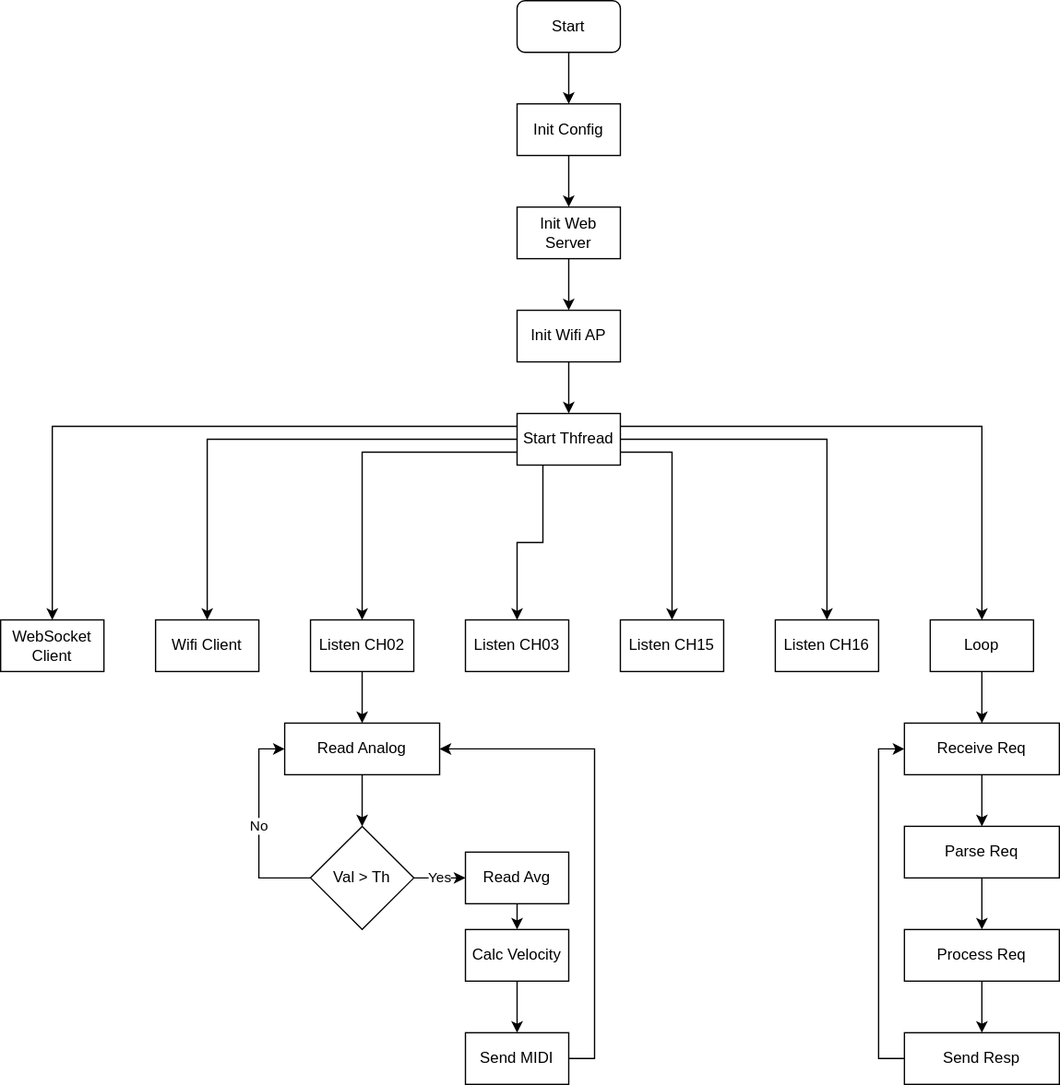
Before: ESP32Drum.drawio.svg, a diagram exported from draw.io (kamshory/ESP32DrumPad). Source tidied: cells renumbered, new cells last; positions are measured from the earlier drawing's top-left corner, leaving out a move shared by most shapes.
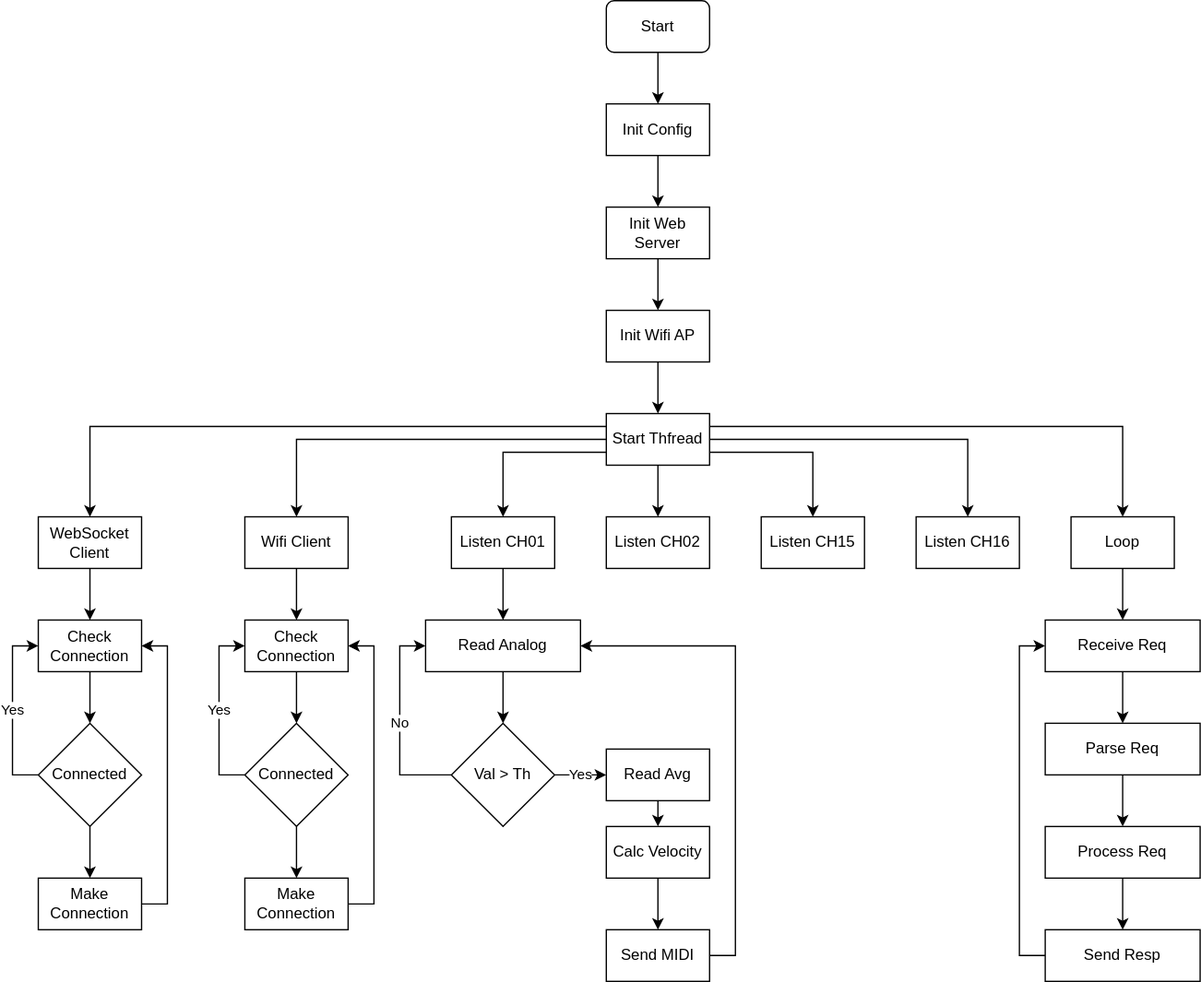
After the commit.

What changed in the source:
```diff
@@ -5,6 +5,6 @@
     <mxCell id="2" value="Start" style="rounded=1;whiteSpace=wrap;html=1;" parent="1" vertex="1">
-      <mxGeometry x="400" width="80" height="40" as="geometry" />
+      <mxGeometry x="360" width="80" height="40" as="geometry" />
     </mxCell>
     <mxCell id="3" value="Init Config" style="rounded=0;whiteSpace=wrap;html=1;" parent="1" vertex="1">
-      <mxGeometry x="400" y="80" width="80" height="40" as="geometry" />
+      <mxGeometry x="360" y="80" width="80" height="40" as="geometry" />
     </mxCell>
@@ -13,21 +13,21 @@
     </mxCell>
-    <mxCell id="5" style="edgeStyle=orthogonalEdgeStyle;rounded=0;jettySize=auto;html=1;exitX=0;exitY=0.25;exitDx=0;exitDy=0;" parent="1" edge="1" source="12" target="13">
+    <mxCell id="5" style="edgeStyle=orthogonalEdgeStyle;rounded=0;jettySize=auto;html=1;exitX=0;exitY=0.25;exitDx=0;exitDy=0;" parent="1" edge="1" source="12" target="14">
       <mxGeometry relative="1" as="geometry" />
     </mxCell>
-    <mxCell id="6" style="edgeStyle=orthogonalEdgeStyle;rounded=0;jettySize=auto;html=1;exitX=0;exitY=0.5;exitDx=0;exitDy=0;entryX=0.5;entryY=0;entryDx=0;entryDy=0;" parent="1" edge="1" source="12" target="14">
+    <mxCell id="6" style="edgeStyle=orthogonalEdgeStyle;rounded=0;jettySize=auto;html=1;exitX=0;exitY=0.5;exitDx=0;exitDy=0;entryX=0.5;entryY=0;entryDx=0;entryDy=0;" parent="1" edge="1" source="12" target="16">
       <mxGeometry relative="1" as="geometry" />
     </mxCell>
-    <mxCell id="7" style="edgeStyle=orthogonalEdgeStyle;rounded=0;jettySize=auto;html=1;exitX=0;exitY=0.75;exitDx=0;exitDy=0;entryX=0.5;entryY=0;entryDx=0;entryDy=0;" parent="1" edge="1" source="12" target="21">
+    <mxCell id="7" style="edgeStyle=orthogonalEdgeStyle;rounded=0;jettySize=auto;html=1;exitX=0;exitY=0.75;exitDx=0;exitDy=0;entryX=0.5;entryY=0;entryDx=0;entryDy=0;" parent="1" edge="1" source="12" target="23">
       <mxGeometry relative="1" as="geometry" />
     </mxCell>
-    <mxCell id="8" style="edgeStyle=orthogonalEdgeStyle;rounded=0;jettySize=auto;html=1;exitX=1;exitY=0.25;exitDx=0;exitDy=0;entryX=0.5;entryY=0;entryDx=0;entryDy=0;" parent="1" edge="1" source="12" target="37">
+    <mxCell id="8" style="edgeStyle=orthogonalEdgeStyle;rounded=0;jettySize=auto;html=1;exitX=1;exitY=0.25;exitDx=0;exitDy=0;entryX=0.5;entryY=0;entryDx=0;entryDy=0;" parent="1" edge="1" source="12" target="39">
       <mxGeometry relative="1" as="geometry" />
     </mxCell>
-    <mxCell id="9" style="edgeStyle=orthogonalEdgeStyle;rounded=0;jettySize=auto;html=1;exitX=1;exitY=0.5;exitDx=0;exitDy=0;entryX=0.5;entryY=0;entryDx=0;entryDy=0;" parent="1" edge="1" source="12" target="24">
+    <mxCell id="9" style="edgeStyle=orthogonalEdgeStyle;rounded=0;jettySize=auto;html=1;exitX=1;exitY=0.5;exitDx=0;exitDy=0;entryX=0.5;entryY=0;entryDx=0;entryDy=0;" parent="1" edge="1" source="12" target="26">
       <mxGeometry relative="1" as="geometry" />
     </mxCell>
-    <mxCell id="10" style="edgeStyle=orthogonalEdgeStyle;rounded=0;jettySize=auto;html=1;exitX=1;exitY=0.75;exitDx=0;exitDy=0;entryX=0.5;entryY=0;entryDx=0;entryDy=0;" parent="1" edge="1" source="12" target="23">
+    <mxCell id="10" style="edgeStyle=orthogonalEdgeStyle;rounded=0;jettySize=auto;html=1;exitX=1;exitY=0.75;exitDx=0;exitDy=0;entryX=0.5;entryY=0;entryDx=0;entryDy=0;" parent="1" edge="1" source="12" target="25">
       <mxGeometry relative="1" as="geometry" />
     </mxCell>
-    <mxCell id="11" style="edgeStyle=orthogonalEdgeStyle;rounded=0;jettySize=auto;html=1;exitX=0.25;exitY=1;exitDx=0;exitDy=0;entryX=0.5;entryY=0;entryDx=0;entryDy=0;" parent="1" edge="1" source="12" target="22">
+    <mxCell id="11" style="edgeStyle=orthogonalEdgeStyle;rounded=0;jettySize=auto;html=1;exitX=0.5;exitY=1;exitDx=0;exitDy=0;entryX=0.5;entryY=0;entryDx=0;entryDy=0;" parent="1" edge="1" source="12" target="24">
       <mxGeometry relative="1" as="geometry" />
@@ -35,62 +35,62 @@
     <mxCell id="12" value="Start Thfread" style="rounded=0;whiteSpace=wrap;html=1;" parent="1" vertex="1">
-      <mxGeometry x="400" y="320" width="80" height="40" as="geometry" />
+      <mxGeometry x="360" y="320" width="80" height="40" as="geometry" />
     </mxCell>
-    <mxCell id="13" value="WebSocket Client" style="rounded=0;whiteSpace=wrap;html=1;" parent="1" vertex="1">
-      <mxGeometry y="480" width="80" height="40" as="geometry" />
+    <mxCell id="13" style="edgeStyle=orthogonalEdgeStyle;rounded=0;jettySize=auto;html=1;exitX=0.5;exitY=1;exitDx=0;exitDy=0;entryX=0.5;entryY=0;entryDx=0;entryDy=0;" parent="1" edge="1" source="14" target="54">
+      <mxGeometry relative="1" as="geometry" />
     </mxCell>
-    <mxCell id="14" value="Wifi Client" style="rounded=0;whiteSpace=wrap;html=1;" parent="1" vertex="1">
-      <mxGeometry x="120" y="480" width="80" height="40" as="geometry" />
+    <mxCell id="14" value="WebSocket Client" style="rounded=0;whiteSpace=wrap;html=1;" parent="1" vertex="1">
+      <mxGeometry x="-80" y="400" width="80" height="40" as="geometry" />
     </mxCell>
-    <mxCell id="15" style="edgeStyle=orthogonalEdgeStyle;rounded=0;jettySize=auto;html=1;exitX=0.5;exitY=1;exitDx=0;exitDy=0;entryX=0.5;entryY=0;entryDx=0;entryDy=0;" parent="1" edge="1" source="16" target="18">
+    <mxCell id="15" style="edgeStyle=orthogonalEdgeStyle;rounded=0;jettySize=auto;html=1;exitX=0.5;exitY=1;exitDx=0;exitDy=0;entryX=0.5;entryY=0;entryDx=0;entryDy=0;" parent="1" edge="1" source="16" target="61">
       <mxGeometry relative="1" as="geometry" />
     </mxCell>
-    <mxCell id="16" value="Init Web Server" style="rounded=0;whiteSpace=wrap;html=1;" parent="1" vertex="1">
-      <mxGeometry x="400" y="160" width="80" height="40" as="geometry" />
+    <mxCell id="16" value="Wifi Client" style="rounded=0;whiteSpace=wrap;html=1;" parent="1" vertex="1">
+      <mxGeometry x="80" y="400" width="80" height="40" as="geometry" />
     </mxCell>
-    <mxCell id="17" style="edgeStyle=orthogonalEdgeStyle;rounded=0;jettySize=auto;html=1;exitX=0.5;exitY=1;exitDx=0;exitDy=0;entryX=0.5;entryY=0;entryDx=0;entryDy=0;" parent="1" edge="1" source="18" target="12">
+    <mxCell id="17" style="edgeStyle=orthogonalEdgeStyle;rounded=0;jettySize=auto;html=1;exitX=0.5;exitY=1;exitDx=0;exitDy=0;entryX=0.5;entryY=0;entryDx=0;entryDy=0;" parent="1" edge="1" source="18" target="20">
       <mxGeometry relative="1" as="geometry" />
     </mxCell>
-    <mxCell id="18" value="Init Wifi AP" style="rounded=0;whiteSpace=wrap;html=1;" parent="1" vertex="1">
-      <mxGeometry x="400" y="240" width="80" height="40" as="geometry" />
+    <mxCell id="18" value="Init Web Server" style="rounded=0;whiteSpace=wrap;html=1;" parent="1" vertex="1">
+      <mxGeometry x="360" y="160" width="80" height="40" as="geometry" />
     </mxCell>
-    <mxCell id="19" style="endArrow=classic;html=1;rounded=0;exitX=0.5;exitY=1;exitDx=0;exitDy=0;" parent="1" edge="1" source="3">
-      <mxGeometry relative="1" as="geometry">
-        <mxPoint x="440" y="160" as="targetPoint" />
-      </mxGeometry>
+    <mxCell id="19" style="edgeStyle=orthogonalEdgeStyle;rounded=0;jettySize=auto;html=1;exitX=0.5;exitY=1;exitDx=0;exitDy=0;entryX=0.5;entryY=0;entryDx=0;entryDy=0;" parent="1" edge="1" source="20" target="12">
+      <mxGeometry relative="1" as="geometry" />
     </mxCell>
-    <mxCell id="20" style="edgeStyle=orthogonalEdgeStyle;rounded=0;jettySize=auto;html=1;exitX=0.5;exitY=1;exitDx=0;exitDy=0;entryX=0.5;entryY=0;entryDx=0;entryDy=0;" parent="1" edge="1" source="21" target="26">
-      <mxGeometry relative="1" as="geometry" />
+    <mxCell id="20" value="Init Wifi AP" style="rounded=0;whiteSpace=wrap;html=1;" parent="1" vertex="1">
+      <mxGeometry x="360" y="240" width="80" height="40" as="geometry" />
     </mxCell>
-    <mxCell id="21" value="Listen CH02" style="rounded=0;whiteSpace=wrap;html=1;" parent="1" vertex="1">
-      <mxGeometry x="240" y="480" width="80" height="40" as="geometry" />
+    <mxCell id="21" style="endArrow=classic;html=1;rounded=0;exitX=0.5;exitY=1;exitDx=0;exitDy=0;" parent="1" edge="1" source="3">
+      <mxGeometry relative="1" as="geometry">
+        <mxPoint x="400" y="160" as="targetPoint" />
+      </mxGeometry>
     </mxCell>
-    <mxCell id="22" value="Listen CH03" style="rounded=0;whiteSpace=wrap;html=1;" parent="1" vertex="1">
-      <mxGeometry x="360" y="480" width="80" height="40" as="geometry" />
+    <mxCell id="22" style="edgeStyle=orthogonalEdgeStyle;rounded=0;jettySize=auto;html=1;exitX=0.5;exitY=1;exitDx=0;exitDy=0;entryX=0.5;entryY=0;entryDx=0;entryDy=0;" parent="1" edge="1" source="23" target="28">
+      <mxGeometry relative="1" as="geometry" />
     </mxCell>
-    <mxCell id="23" value="Listen CH15" style="rounded=0;whiteSpace=wrap;html=1;" parent="1" vertex="1">
-      <mxGeometry x="480" y="480" width="80" height="40" as="geometry" />
+    <mxCell id="23" value="Listen CH01" style="rounded=0;whiteSpace=wrap;html=1;" parent="1" vertex="1">
+      <mxGeometry x="240" y="400" width="80" height="40" as="geometry" />
     </mxCell>
-    <mxCell id="24" value="Listen CH16" style="rounded=0;whiteSpace=wrap;html=1;" parent="1" vertex="1">
-      <mxGeometry x="600" y="480" width="80" height="40" as="geometry" />
+    <mxCell id="24" value="Listen CH02" style="rounded=0;whiteSpace=wrap;html=1;" parent="1" vertex="1">
+      <mxGeometry x="360" y="400" width="80" height="40" as="geometry" />
     </mxCell>
-    <mxCell id="25" style="edgeStyle=orthogonalEdgeStyle;rounded=0;jettySize=auto;html=1;exitX=0.5;exitY=1;exitDx=0;exitDy=0;entryX=0.5;entryY=0;entryDx=0;entryDy=0;" parent="1" edge="1" source="26" target="29">
-      <mxGeometry relative="1" as="geometry" />
+    <mxCell id="25" value="Listen CH15" style="rounded=0;whiteSpace=wrap;html=1;" parent="1" vertex="1">
+      <mxGeometry x="480" y="400" width="80" height="40" as="geometry" />
     </mxCell>
-    <mxCell id="26" value="Read Analog" style="rounded=0;whiteSpace=wrap;html=1;" parent="1" vertex="1">
-      <mxGeometry x="220" y="560" width="120" height="40" as="geometry" />
+    <mxCell id="26" value="Listen CH16" style="rounded=0;whiteSpace=wrap;html=1;" parent="1" vertex="1">
+      <mxGeometry x="600" y="400" width="80" height="40" as="geometry" />
     </mxCell>
-    <mxCell id="27" value="No" style="edgeStyle=orthogonalEdgeStyle;rounded=0;jettySize=auto;html=1;exitX=0;exitY=0.5;exitDx=0;exitDy=0;entryX=0;entryY=0.5;entryDx=0;entryDy=0;" parent="1" edge="1" source="29" target="26">
+    <mxCell id="27" style="edgeStyle=orthogonalEdgeStyle;rounded=0;jettySize=auto;html=1;exitX=0.5;exitY=1;exitDx=0;exitDy=0;entryX=0.5;entryY=0;entryDx=0;entryDy=0;" parent="1" edge="1" source="28" target="31">
       <mxGeometry relative="1" as="geometry" />
     </mxCell>
-    <mxCell id="28" value="Yes" style="edgeStyle=orthogonalEdgeStyle;rounded=0;jettySize=auto;html=1;" parent="1" edge="1" source="29" target="31">
-      <mxGeometry relative="1" as="geometry" />
+    <mxCell id="28" value="Read Analog" style="rounded=0;whiteSpace=wrap;html=1;" parent="1" vertex="1">
+      <mxGeometry x="220" y="480" width="120" height="40" as="geometry" />
     </mxCell>
-    <mxCell id="29" value="Val &amp;gt; Th" style="rhombus;whiteSpace=wrap;html=1;" parent="1" vertex="1">
-      <mxGeometry x="240" y="640" width="80" height="80" as="geometry" />
+    <mxCell id="29" value="No" style="edgeStyle=orthogonalEdgeStyle;rounded=0;jettySize=auto;html=1;exitX=0;exitY=0.5;exitDx=0;exitDy=0;entryX=0;entryY=0.5;entryDx=0;entryDy=0;" parent="1" edge="1" source="31" target="28">
+      <mxGeometry relative="1" as="geometry" />
     </mxCell>
-    <mxCell id="30" style="edgeStyle=orthogonalEdgeStyle;rounded=0;jettySize=auto;html=1;exitX=0.5;exitY=1;exitDx=0;exitDy=0;entryX=0.5;entryY=0;entryDx=0;entryDy=0;" parent="1" edge="1" source="31" target="33">
+    <mxCell id="30" value="Yes" style="edgeStyle=orthogonalEdgeStyle;rounded=0;jettySize=auto;html=1;" parent="1" edge="1" source="31" target="33">
       <mxGeometry relative="1" as="geometry" />
     </mxCell>
-    <mxCell id="31" value="Read Avg" style="whiteSpace=wrap;html=1;" parent="1" vertex="1">
-      <mxGeometry x="360" y="660" width="80" height="40" as="geometry" />
+    <mxCell id="31" value="Val &amp;gt; Th" style="rhombus;whiteSpace=wrap;html=1;" parent="1" vertex="1">
+      <mxGeometry x="240" y="560" width="80" height="80" as="geometry" />
     </mxCell>
@@ -99,22 +99,22 @@
     </mxCell>
-    <mxCell id="33" value="Calc Velocity" style="whiteSpace=wrap;html=1;" parent="1" vertex="1">
-      <mxGeometry x="360" y="720" width="80" height="40" as="geometry" />
+    <mxCell id="33" value="Read Avg" style="whiteSpace=wrap;html=1;" parent="1" vertex="1">
+      <mxGeometry x="360" y="580" width="80" height="40" as="geometry" />
     </mxCell>
-    <mxCell id="34" style="edgeStyle=orthogonalEdgeStyle;rounded=0;jettySize=auto;html=1;exitX=1;exitY=0.5;exitDx=0;exitDy=0;entryX=1;entryY=0.5;entryDx=0;entryDy=0;" parent="1" edge="1" source="35" target="26">
+    <mxCell id="34" style="edgeStyle=orthogonalEdgeStyle;rounded=0;jettySize=auto;html=1;exitX=0.5;exitY=1;exitDx=0;exitDy=0;entryX=0.5;entryY=0;entryDx=0;entryDy=0;" parent="1" edge="1" source="35" target="37">
       <mxGeometry relative="1" as="geometry" />
     </mxCell>
-    <mxCell id="35" value="Send MIDI" style="whiteSpace=wrap;html=1;" parent="1" vertex="1">
-      <mxGeometry x="360" y="800" width="80" height="40" as="geometry" />
+    <mxCell id="35" value="Calc Velocity" style="whiteSpace=wrap;html=1;" parent="1" vertex="1">
+      <mxGeometry x="360" y="640" width="80" height="40" as="geometry" />
     </mxCell>
-    <mxCell id="36" style="edgeStyle=orthogonalEdgeStyle;rounded=0;jettySize=auto;html=1;exitX=0.5;exitY=1;exitDx=0;exitDy=0;" parent="1" edge="1" source="37" target="39">
+    <mxCell id="36" style="edgeStyle=orthogonalEdgeStyle;rounded=0;jettySize=auto;html=1;exitX=1;exitY=0.5;exitDx=0;exitDy=0;entryX=1;entryY=0.5;entryDx=0;entryDy=0;" parent="1" edge="1" source="37" target="28">
       <mxGeometry relative="1" as="geometry" />
     </mxCell>
-    <mxCell id="37" value="Loop" style="rounded=0;whiteSpace=wrap;html=1;" parent="1" vertex="1">
-      <mxGeometry x="720" y="480" width="80" height="40" as="geometry" />
+    <mxCell id="37" value="Send MIDI" style="whiteSpace=wrap;html=1;" parent="1" vertex="1">
+      <mxGeometry x="360" y="720" width="80" height="40" as="geometry" />
     </mxCell>
-    <mxCell id="38" style="edgeStyle=orthogonalEdgeStyle;rounded=0;jettySize=auto;html=1;" parent="1" edge="1" source="39" target="41">
+    <mxCell id="38" style="edgeStyle=orthogonalEdgeStyle;rounded=0;jettySize=auto;html=1;exitX=0.5;exitY=1;exitDx=0;exitDy=0;" parent="1" edge="1" source="39" target="41">
       <mxGeometry relative="1" as="geometry" />
     </mxCell>
-    <mxCell id="39" value="Receive Req" style="rounded=0;whiteSpace=wrap;html=1;" parent="1" vertex="1">
-      <mxGeometry x="700" y="560" width="120" height="40" as="geometry" />
+    <mxCell id="39" value="Loop" style="rounded=0;whiteSpace=wrap;html=1;" parent="1" vertex="1">
+      <mxGeometry x="720" y="400" width="80" height="40" as="geometry" />
     </mxCell>
@@ -123,4 +123,4 @@
     </mxCell>
-    <mxCell id="41" value="Parse Req" style="whiteSpace=wrap;html=1;rounded=0;" parent="1" vertex="1">
-      <mxGeometry x="700" y="640" width="120" height="40" as="geometry" />
+    <mxCell id="41" value="Receive Req" style="rounded=0;whiteSpace=wrap;html=1;" parent="1" vertex="1">
+      <mxGeometry x="700" y="480" width="120" height="40" as="geometry" />
     </mxCell>
@@ -129,11 +129,59 @@
     </mxCell>
-    <mxCell id="43" value="Process Req" style="whiteSpace=wrap;html=1;rounded=0;" parent="1" vertex="1">
-      <mxGeometry x="700" y="720" width="120" height="40" as="geometry" />
+    <mxCell id="43" value="Parse Req" style="whiteSpace=wrap;html=1;rounded=0;" parent="1" vertex="1">
+      <mxGeometry x="700" y="560" width="120" height="40" as="geometry" />
     </mxCell>
-    <mxCell id="44" style="edgeStyle=orthogonalEdgeStyle;rounded=0;jettySize=auto;html=1;exitX=0;exitY=0.5;exitDx=0;exitDy=0;entryX=0;entryY=0.5;entryDx=0;entryDy=0;" parent="1" edge="1" source="45" target="39">
+    <mxCell id="44" style="edgeStyle=orthogonalEdgeStyle;rounded=0;jettySize=auto;html=1;" parent="1" edge="1" source="45" target="47">
       <mxGeometry relative="1" as="geometry" />
     </mxCell>
-    <mxCell id="45" value="Send Resp" style="whiteSpace=wrap;html=1;rounded=0;" parent="1" vertex="1">
-      <mxGeometry x="700" y="800" width="120" height="40" as="geometry" />
+    <mxCell id="45" value="Process Req" style="whiteSpace=wrap;html=1;rounded=0;" parent="1" vertex="1">
+      <mxGeometry x="700" y="640" width="120" height="40" as="geometry" />
     </mxCell>
+    <mxCell id="46" style="edgeStyle=orthogonalEdgeStyle;rounded=0;jettySize=auto;html=1;exitX=0;exitY=0.5;exitDx=0;exitDy=0;entryX=0;entryY=0.5;entryDx=0;entryDy=0;" parent="1" edge="1" source="47" target="41">
+      <mxGeometry relative="1" as="geometry" />
+    </mxCell>
+    <mxCell id="47" value="Send Resp" style="whiteSpace=wrap;html=1;rounded=0;" parent="1" vertex="1">
+      <mxGeometry x="700" y="720" width="120" height="40" as="geometry" />
+    </mxCell>
+    <mxCell id="48" style="edgeStyle=orthogonalEdgeStyle;rounded=0;jettySize=auto;html=1;exitX=1;exitY=0.5;exitDx=0;exitDy=0;entryX=1;entryY=0.5;entryDx=0;entryDy=0;" parent="1" edge="1" source="49" target="54">
+      <mxGeometry relative="1" as="geometry" />
+    </mxCell>
+    <mxCell id="49" value="Make Connection" style="rounded=0;whiteSpace=wrap;html=1;" parent="1" vertex="1">
+      <mxGeometry x="-80" y="680" width="80" height="40" as="geometry" />
+    </mxCell>
+    <mxCell id="50" value="Yes" style="edgeStyle=orthogonalEdgeStyle;rounded=0;jettySize=auto;html=1;exitX=0;exitY=0.5;exitDx=0;exitDy=0;entryX=0;entryY=0.5;entryDx=0;entryDy=0;" parent="1" edge="1" source="52" target="54">
+      <mxGeometry relative="1" as="geometry" />
+    </mxCell>
+    <mxCell id="51" style="edgeStyle=orthogonalEdgeStyle;rounded=0;jettySize=auto;html=1;exitX=0.5;exitY=1;exitDx=0;exitDy=0;entryX=0.5;entryY=0;entryDx=0;entryDy=0;" parent="1" edge="1" source="52" target="49">
+      <mxGeometry relative="1" as="geometry" />
+    </mxCell>
+    <mxCell id="52" value="Connected" style="rhombus;whiteSpace=wrap;html=1;" parent="1" vertex="1">
+      <mxGeometry x="-80" y="560" width="80" height="80" as="geometry" />
+    </mxCell>
+    <mxCell id="53" style="edgeStyle=orthogonalEdgeStyle;rounded=0;jettySize=auto;html=1;exitX=0.5;exitY=1;exitDx=0;exitDy=0;entryX=0.5;entryY=0;entryDx=0;entryDy=0;" parent="1" edge="1" source="54" target="52">
+      <mxGeometry relative="1" as="geometry" />
+    </mxCell>
+    <mxCell id="54" value="Check Connection" style="rounded=0;whiteSpace=wrap;html=1;" parent="1" vertex="1">
+      <mxGeometry x="-80" y="480" width="80" height="40" as="geometry" />
+    </mxCell>
+    <mxCell id="55" style="edgeStyle=orthogonalEdgeStyle;rounded=0;jettySize=auto;html=1;exitX=1;exitY=0.5;exitDx=0;exitDy=0;entryX=1;entryY=0.5;entryDx=0;entryDy=0;" parent="1" edge="1" source="56" target="61">
+      <mxGeometry relative="1" as="geometry" />
+    </mxCell>
+    <mxCell id="56" value="Make Connection" style="rounded=0;whiteSpace=wrap;html=1;" parent="1" vertex="1">
+      <mxGeometry x="80" y="680" width="80" height="40" as="geometry" />
+    </mxCell>
+    <mxCell id="57" value="Yes" style="edgeStyle=orthogonalEdgeStyle;rounded=0;jettySize=auto;html=1;exitX=0;exitY=0.5;exitDx=0;exitDy=0;entryX=0;entryY=0.5;entryDx=0;entryDy=0;" parent="1" edge="1" source="59" target="61">
+      <mxGeometry relative="1" as="geometry" />
+    </mxCell>
+    <mxCell id="58" style="edgeStyle=orthogonalEdgeStyle;rounded=0;jettySize=auto;html=1;exitX=0.5;exitY=1;exitDx=0;exitDy=0;entryX=0.5;entryY=0;entryDx=0;entryDy=0;" parent="1" edge="1" source="59" target="56">
+      <mxGeometry relative="1" as="geometry" />
+    </mxCell>
+    <mxCell id="59" value="Connected" style="rhombus;whiteSpace=wrap;html=1;" parent="1" vertex="1">
+      <mxGeometry x="80" y="560" width="80" height="80" as="geometry" />
+    </mxCell>
+    <mxCell id="60" style="edgeStyle=orthogonalEdgeStyle;rounded=0;jettySize=auto;html=1;exitX=0.5;exitY=1;exitDx=0;exitDy=0;entryX=0.5;entryY=0;entryDx=0;entryDy=0;" parent="1" edge="1" source="61" target="59">
+      <mxGeometry relative="1" as="geometry" />
+    </mxCell>
+    <mxCell id="61" value="Check Connection" style="rounded=0;whiteSpace=wrap;html=1;" parent="1" vertex="1">
+      <mxGeometry x="80" y="480" width="80" height="40" as="geometry" />
+    </mxCell>
   </root>
```
